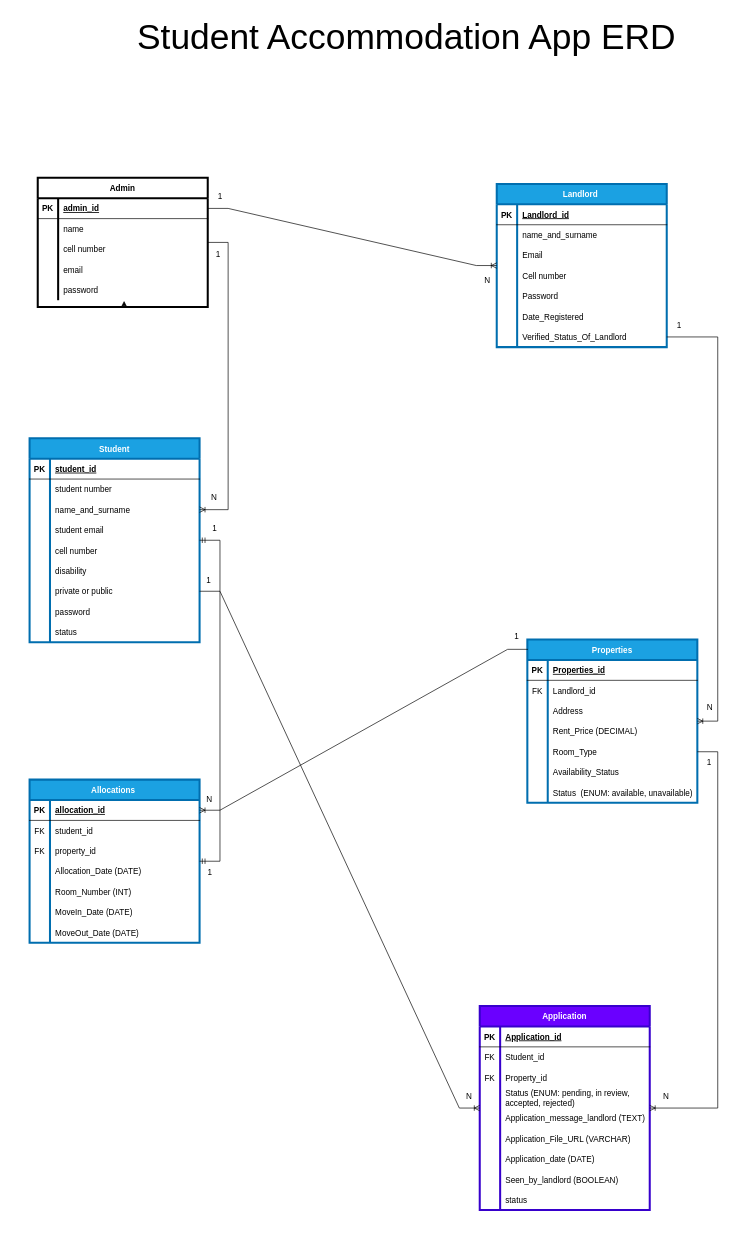
This is Untitled Diagram.drawio from keepin-it-eazy/Keepin-it-Eazy, a draw.io file, before an edit. Source tidied: cells renumbered, new cells numbered last; positions are measured from the earlier drawing's top-left corner, leaving out a move shared by most shapes. Both pictures are drawn from the tidied source at 68%, with x=0, y=0 at pixel (-265, 12).
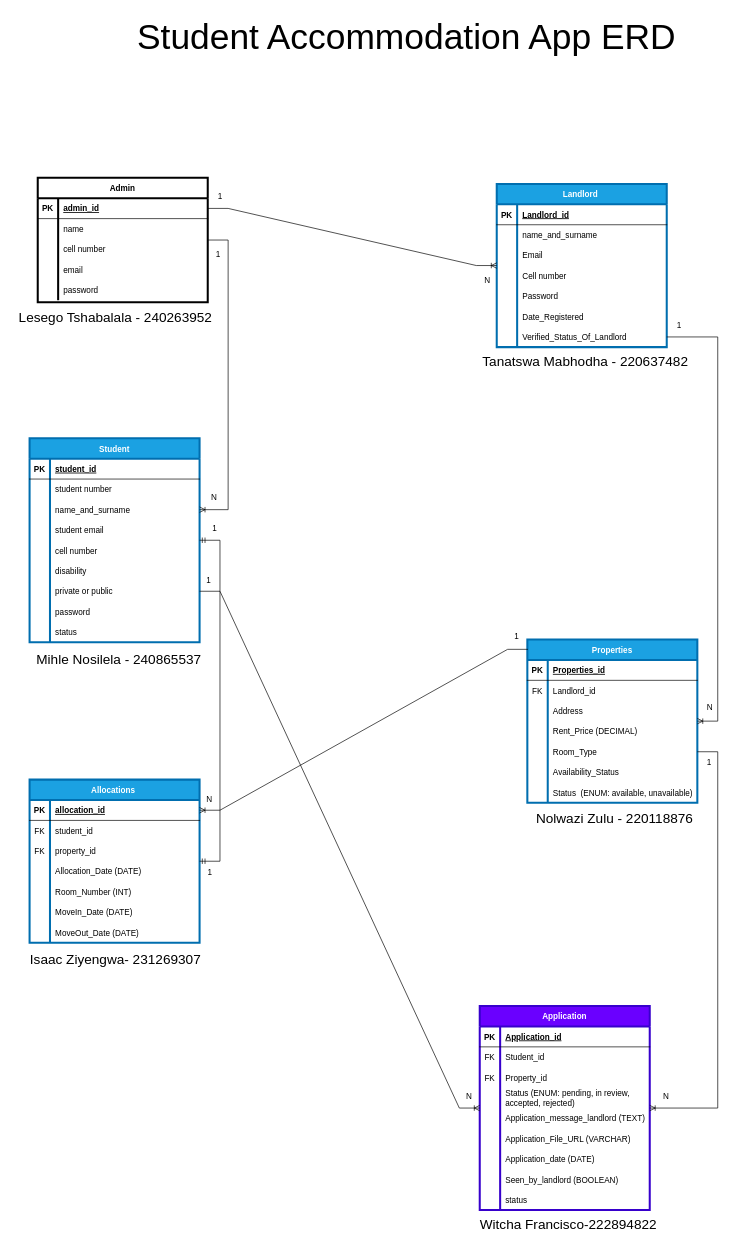
The same page after the edit.

The change refers to these unchanged cells:
```xml
<mxCell id="15" style="shape=partialRectangle;fillColor=none;points=[[0,0.5],[1,0.5]];portConstraint=eastwest;top=0;left=0;right=0;bottom=0;" parent="2" vertex="1">
  <mxGeometry y="150" width="250" height="30" as="geometry" />
</mxCell>
```

Diff of the diagram source:
```diff
@@
     <mxCell id="2" value="Admin" style="shape=table;startSize=30;childLayout=tableLayout;rowLines=0;fontStyle=1;align=center;fillColor=light-dark(#FFFFFF,#FF0000);strokeColor=light-dark(#000000,#FF0000);strokeWidth=3;" parent="1" vertex="1">
-      <mxGeometry x="445" y="244" width="250" height="190" as="geometry" />
+      <mxGeometry x="445" y="244" width="250" height="183" as="geometry" />
     </mxCell>
@@
-    <mxCell id="18" style="edgeStyle=orthogonalEdgeStyle;rounded=0;jettySize=auto;html=1;exitX=0.5;exitY=1;exitDx=0;exitDy=0;entryX=0.508;entryY=1.033;entryDx=0;entryDy=0;entryPerimeter=0;" parent="2" edge="1" source="2" target="15">
-      <mxGeometry relative="1" as="geometry" />
-    </mxCell>
@@
+    <mxCell id="163" value="&lt;font style=&quot;font-size: 20px;&quot;&gt;Lesego Tshabalala - 240263952&lt;/font&gt;" style="text;html=1;align=center;verticalAlign=middle;strokeColor=none;fillColor=none;" parent="1" vertex="1">
+      <mxGeometry x="407" y="431" width="303" height="36" as="geometry" />
+    </mxCell>
+    <mxCell id="164" value="Tanatswa Mabhodha - 220637482" style="text;html=1;align=center;verticalAlign=middle;strokeColor=none;fillColor=none;fontSize=20;" parent="1" vertex="1">
+      <mxGeometry x="1089.5" y="495" width="320" height="36" as="geometry" />
+    </mxCell>
+    <mxCell id="165" value="Mihle Nosilela - 240865537" style="text;html=1;align=center;verticalAlign=middle;strokeColor=none;fillColor=none;fontSize=20;" parent="1" vertex="1">
+      <mxGeometry x="433.5" y="933" width="260" height="36" as="geometry" />
+    </mxCell>
+    <mxCell id="166" value="Nolwazi Zulu - 220118876" style="text;html=1;align=center;verticalAlign=middle;strokeColor=none;fillColor=none;fontSize=20;" parent="1" vertex="1">
+      <mxGeometry x="1168" y="1167" width="249" height="36" as="geometry" />
+    </mxCell>
+    <mxCell id="167" value="&lt;span style=&quot;font-size: 20px;&quot;&gt;Isaac Ziyengwa- 231269307&lt;/span&gt;" style="text;html=1;align=center;verticalAlign=middle;strokeColor=none;fillColor=none;" parent="1" vertex="1">
+      <mxGeometry x="424.5" y="1374" width="269" height="36" as="geometry" />
+    </mxCell>
+    <mxCell id="168" value="Witcha Francisco-222894822" style="text;html=1;align=center;verticalAlign=middle;strokeColor=none;fillColor=none;fontSize=20;" parent="1" vertex="1">
+      <mxGeometry x="1085.5" y="1764" width="278" height="36" as="geometry" />
+    </mxCell>
```
